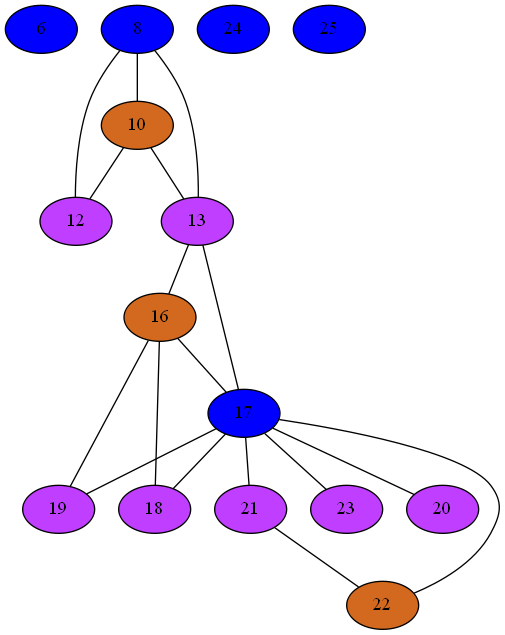
The Graphviz diagram Compiler/20iGraph.png in mbajaj92/Project-Astoria, before a commit. Its source is kept beside it as Compiler/20iGraph.dot.
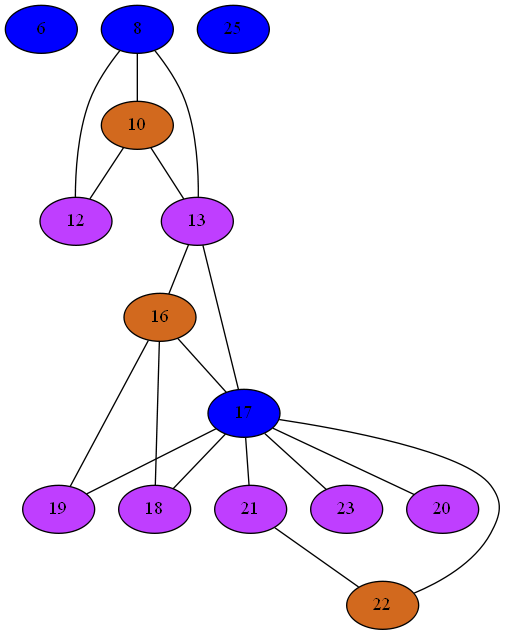
After the commit.

The edit, as a diff of the source:
```diff
@@ -46,6 +46,5 @@
 22 -- 21
 23[label="23" style=filled fillcolor="darkorchid1"];
 23 -- 17
-24[label="24" style=filled fillcolor="blue1"];
 25[label="25" style=filled fillcolor="blue1"];
 }
```
